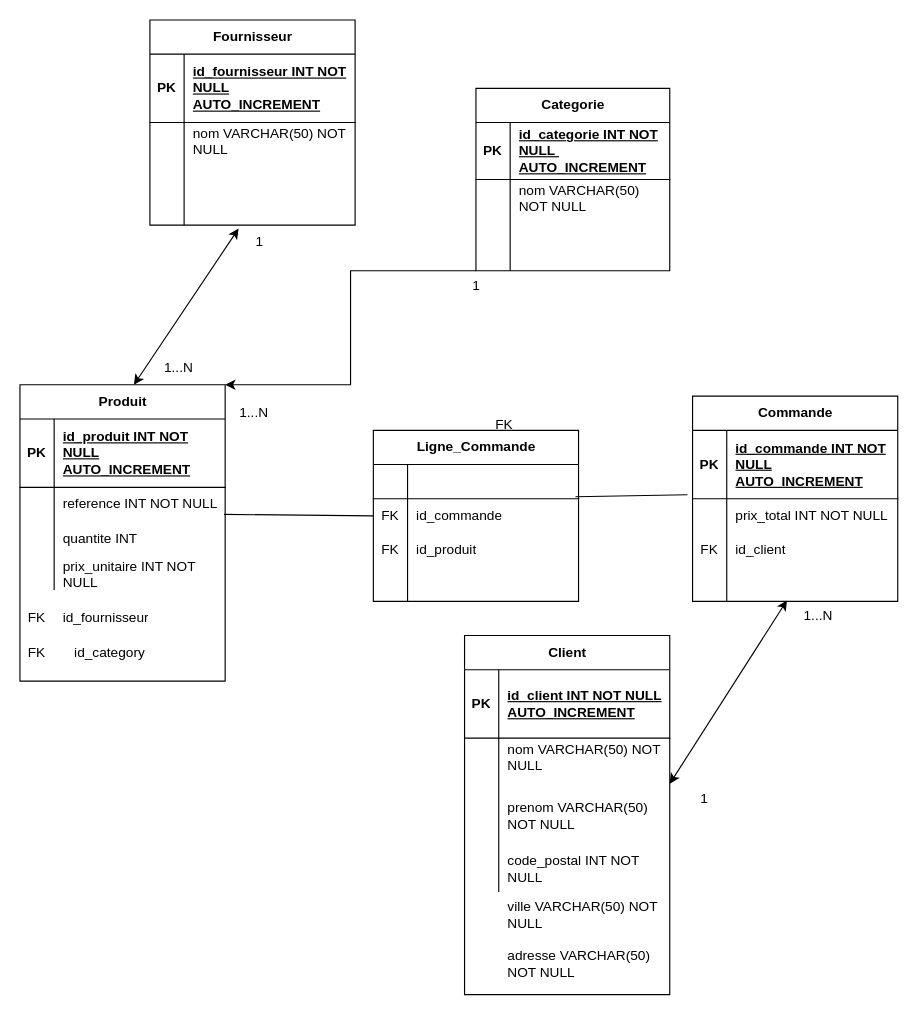
This is AvionPapier.drawio from Mananbh12/Exam-BDD, a draw.io file, before an edit. Source tidied: cells renumbered, new cells numbered last; positions are measured from the earlier drawing's top-left corner, leaving out a move shared by most shapes. Both pictures are drawn from the tidied source at 114%, with x=0, y=0 at pixel (19, 19).
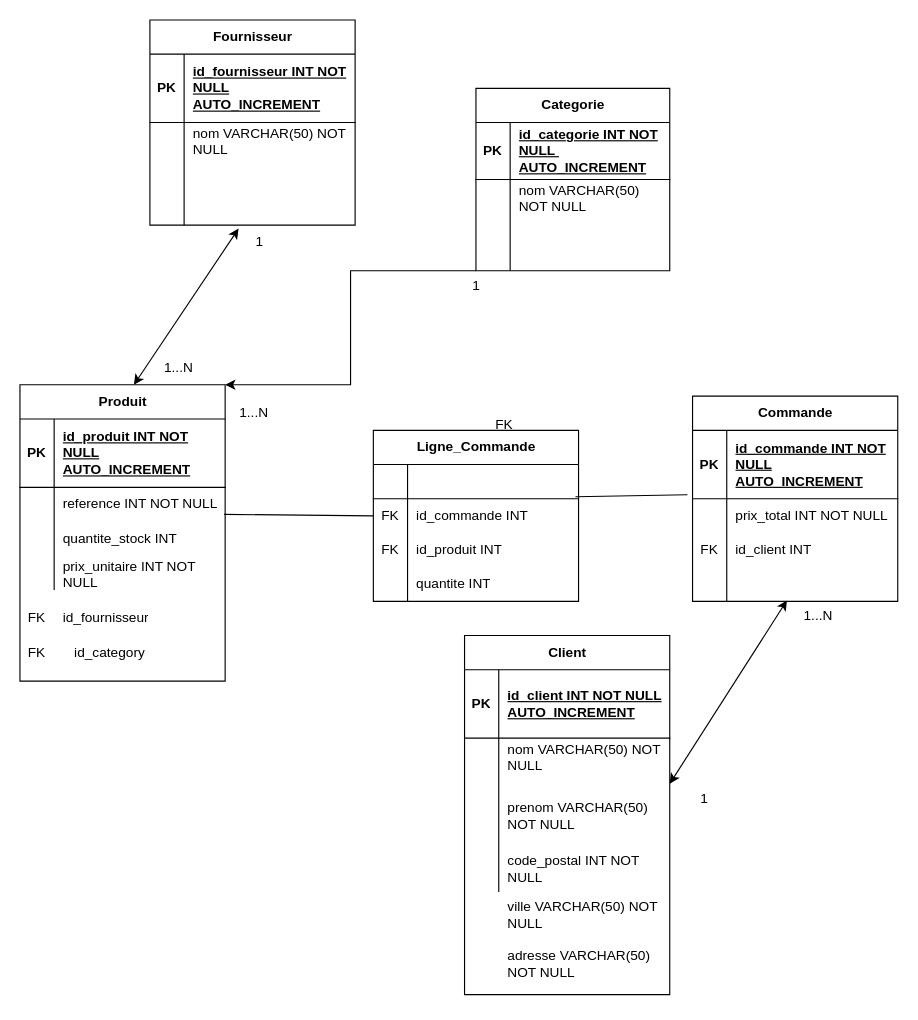
The same diagram, later.

The change refers to these unchanged cells:
```xml
<mxCell id="9" style="shape=tableRow;horizontal=0;startSize=0;swimlaneHead=0;swimlaneBody=0;fillColor=none;top=0;left=0;right=0;bottom=0;" parent="2" vertex="1">
  <mxGeometry y="120" width="180" height="30" as="geometry" />
</mxCell>
<mxCell id="65" style="shape=tableRow;horizontal=0;startSize=0;swimlaneHead=0;swimlaneBody=0;fillColor=none;top=0;left=0;right=0;bottom=0;" parent="58" vertex="1">
  <mxGeometry y="120" width="180" height="30" as="geometry" />
</mxCell>
<mxCell id="75" style="shape=tableRow;horizontal=0;startSize=0;swimlaneHead=0;swimlaneBody=0;fillColor=none;points=[[0,0.5],[1,0.5]];portConstraint=eastwest;top=0;left=0;right=0;bottom=0;" parent="71" vertex="1">
  <mxGeometry y="60" width="180" height="30" as="geometry" />
</mxCell>
<mxCell id="78" style="shape=tableRow;horizontal=0;startSize=0;swimlaneHead=0;swimlaneBody=0;fillColor=none;top=0;left=0;right=0;bottom=0;" parent="71" vertex="1">
  <mxGeometry y="90" width="180" height="30" as="geometry" />
</mxCell>
<mxCell id="81" style="shape=tableRow;horizontal=0;startSize=0;swimlaneHead=0;swimlaneBody=0;fillColor=none;top=0;left=0;right=0;bottom=0;" parent="71" vertex="1">
  <mxGeometry y="120" width="180" height="30" as="geometry" />
</mxCell>
```

Diff of the diagram source:
```diff
@@
-    <mxCell id="11" value="quantite INT" style="shape=partialRectangle;fillColor=none;top=0;left=0;bottom=0;right=0;align=left;spacingLeft=6;overflow=hidden;whiteSpace=wrap;html=1;" parent="9" vertex="1">
+    <mxCell id="11" value="quantite_stock INT" style="shape=partialRectangle;fillColor=none;top=0;left=0;bottom=0;right=0;align=left;spacingLeft=6;overflow=hidden;whiteSpace=wrap;html=1;" parent="9" vertex="1">
       <mxGeometry x="30" width="150" height="30" as="geometry" />
     </mxCell>
@@
-    <mxCell id="67" value="id_client" style="shape=partialRectangle;fillColor=none;top=0;left=0;bottom=0;right=0;align=left;spacingLeft=6;overflow=hidden;whiteSpace=wrap;html=1;" parent="65" vertex="1">
+    <mxCell id="67" value="id_client INT" style="shape=partialRectangle;fillColor=none;top=0;left=0;bottom=0;right=0;align=left;spacingLeft=6;overflow=hidden;whiteSpace=wrap;html=1;" parent="65" vertex="1">
       <mxGeometry x="30" width="150" height="30" as="geometry" />
     </mxCell>
@@
-    <mxCell id="77" value="id_commande" style="shape=partialRectangle;fillColor=none;top=0;left=0;bottom=0;right=0;align=left;spacingLeft=6;overflow=hidden;whiteSpace=wrap;html=1;" parent="75" vertex="1">
+    <mxCell id="77" value="id_commande INT" style="shape=partialRectangle;fillColor=none;top=0;left=0;bottom=0;right=0;align=left;spacingLeft=6;overflow=hidden;whiteSpace=wrap;html=1;" parent="75" vertex="1">
       <mxGeometry x="30" width="150" height="30" as="geometry" />
     </mxCell>
@@
-    <mxCell id="80" value="id_produit" style="shape=partialRectangle;fillColor=none;top=0;left=0;bottom=0;right=0;align=left;spacingLeft=6;overflow=hidden;whiteSpace=wrap;html=1;" parent="78" vertex="1">
+    <mxCell id="80" value="id_produit INT" style="shape=partialRectangle;fillColor=none;top=0;left=0;bottom=0;right=0;align=left;spacingLeft=6;overflow=hidden;whiteSpace=wrap;html=1;" parent="78" vertex="1">
       <mxGeometry x="30" width="150" height="30" as="geometry" />
     </mxCell>
@@
-    <mxCell id="83" style="shape=partialRectangle;fillColor=none;top=0;left=0;bottom=0;right=0;align=left;spacingLeft=6;overflow=hidden;whiteSpace=wrap;html=1;" parent="81" vertex="1">
+    <mxCell id="83" value="quantite INT" style="shape=partialRectangle;fillColor=none;top=0;left=0;bottom=0;right=0;align=left;spacingLeft=6;overflow=hidden;whiteSpace=wrap;html=1;" parent="81" vertex="1">
       <mxGeometry x="30" width="150" height="30" as="geometry" />
     </mxCell>
```
